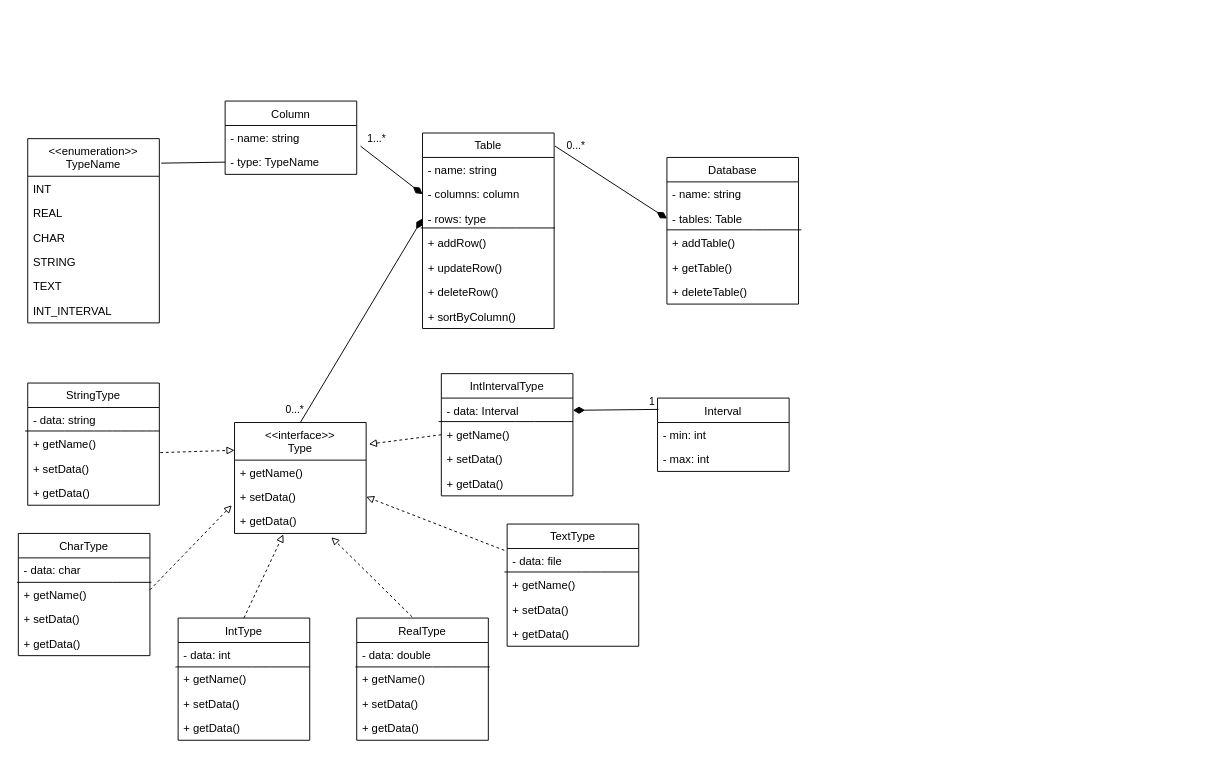
rezikun/DB keeps this draw.io diagram as Umls/ClassesDiagram.drawio. Above is the earlier version. Source tidied: cells renumbered, new cells numbered last; positions are measured from the earlier drawing's top-left corner, leaving out a move shared by most shapes. Both pictures are drawn from the tidied source at 94%, with x=0, y=0 at pixel (17, 101).
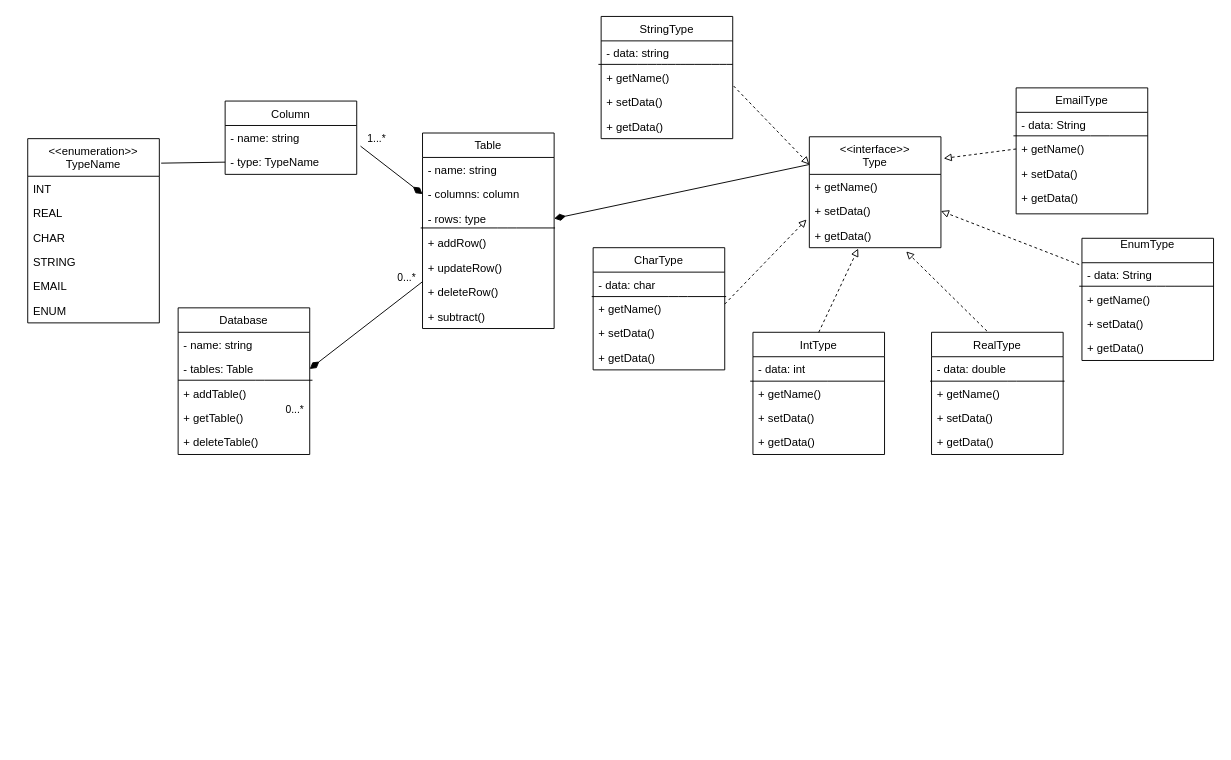
Above is the later version.

Unchanged cells that the change refers to:
```xml
<mxCell id="29" value="+ getData()" style="text;strokeColor=none;fillColor=none;align=left;verticalAlign=top;spacingLeft=4;spacingRight=4;overflow=hidden;points=[[0,0.5],[1,0.5]];portConstraint=eastwest;" parent="26" vertex="1">
  <mxGeometry y="92" width="140" height="26" as="geometry" />
</mxCell>
<mxCell id="59" value="&lt;&lt;enumeration&gt;&gt;&#10;TypeName" style="swimlane;fontStyle=0;horizontal=1;startSize=40;fillColor=none;" parent="1" vertex="1">
  <mxGeometry x="11" y="40" width="140" height="196" as="geometry" />
</mxCell>
<mxCell id="66" value="Table" style="swimlane;fontStyle=0;horizontal=1;startSize=26;fillColor=none;" parent="1" vertex="1">
  <mxGeometry x="431" y="34" width="140" height="208" as="geometry" />
</mxCell>
<mxCell id="69" value="- rows: type" style="text;strokeColor=none;fillColor=none;align=left;verticalAlign=top;spacingLeft=4;spacingRight=4;overflow=hidden;points=[[0,0.5],[1,0.5]];portConstraint=eastwest;" parent="66" vertex="1">
  <mxGeometry y="78" width="140" height="26" as="geometry" />
</mxCell>
<mxCell id="79" value="- tables: Table" style="text;strokeColor=none;fillColor=none;align=left;verticalAlign=top;spacingLeft=4;spacingRight=4;overflow=hidden;points=[[0,0.5],[1,0.5]];portConstraint=eastwest;" parent="77" vertex="1">
  <mxGeometry y="52" width="140" height="26" as="geometry" />
</mxCell>
```

Change to the diagram source:
```diff
@@
     <mxCell id="2" value="RealType" style="swimlane;fontStyle=0;horizontal=1;startSize=26;fillColor=none;" parent="1" vertex="1">
-      <mxGeometry x="361" y="550" width="140" height="130" as="geometry" />
+      <mxGeometry x="972.5" y="246" width="140" height="130" as="geometry" />
     </mxCell>
@@
     <mxCell id="8" value="IntType" style="swimlane;fontStyle=0;horizontal=1;startSize=26;fillColor=none;" parent="1" vertex="1">
-      <mxGeometry x="171" y="550" width="140" height="130" as="geometry" />
+      <mxGeometry x="782.5" y="246" width="140" height="130" as="geometry" />
     </mxCell>
@@
     <mxCell id="14" value="CharType" style="swimlane;fontStyle=0;horizontal=1;startSize=26;fillColor=none;" parent="1" vertex="1">
-      <mxGeometry x="1" y="460" width="140" height="130" as="geometry" />
+      <mxGeometry x="612.5" y="156" width="140" height="130" as="geometry" />
     </mxCell>
@@
     <mxCell id="20" value="StringType" style="swimlane;fontStyle=0;horizontal=1;startSize=26;fillColor=none;" parent="1" vertex="1">
-      <mxGeometry x="11" y="300" width="140" height="130" as="geometry" />
+      <mxGeometry x="621" y="-90" width="140" height="130" as="geometry" />
     </mxCell>
@@
     <mxCell id="26" value="&lt;&lt;interface&gt;&gt;&#10;Type" style="swimlane;fontStyle=0;horizontal=1;startSize=40;fillColor=none;" parent="1" vertex="1">
-      <mxGeometry x="231" y="342" width="140" height="118" as="geometry" />
+      <mxGeometry x="842.5" y="38" width="140" height="118" as="geometry" />
     </mxCell>
@@
     <mxCell id="30" style="endArrow=block;html=1;entryX=-0.021;entryY=-0.154;entryDx=0;entryDy=0;entryPerimeter=0;endFill=0;dashed=1;" parent="1" edge="1" target="29">
       <mxGeometry relative="1" as="geometry">
-        <mxPoint x="141" y="520" as="sourcePoint" />
+        <mxPoint x="752.5" y="216" as="sourcePoint" />
       </mxGeometry>
     </mxCell>
@@
-    <mxCell id="36" value="IntIntervalType" style="swimlane;fontStyle=0;horizontal=1;startSize=26;fillColor=none;" parent="1" vertex="1">
-      <mxGeometry x="451" y="290" width="140" height="130" as="geometry" />
+    <mxCell id="36" value="EmailType" style="swimlane;fontStyle=0;horizontal=1;startSize=26;fillColor=none;" parent="1" vertex="1">
+      <mxGeometry x="1062.5" y="-14" width="140" height="134" as="geometry" />
     </mxCell>
-    <mxCell id="37" value="- data: Interval" style="text;strokeColor=none;fillColor=none;align=left;verticalAlign=top;spacingLeft=4;spacingRight=4;overflow=hidden;points=[[0,0.5],[1,0.5]];portConstraint=eastwest;" parent="36" vertex="1">
+    <mxCell id="37" value="- data: String" style="text;strokeColor=none;fillColor=none;align=left;verticalAlign=top;spacingLeft=4;spacingRight=4;overflow=hidden;points=[[0,0.5],[1,0.5]];portConstraint=eastwest;" parent="36" vertex="1">
       <mxGeometry y="26" width="140" height="26" as="geometry" />
     </mxCell>
@@
     <mxCell id="41" value="+ getData()" style="text;strokeColor=none;fillColor=none;align=left;verticalAlign=top;spacingLeft=4;spacingRight=4;overflow=hidden;" parent="36" vertex="1">
-      <mxGeometry y="104" width="140" height="26" as="geometry" />
+      <mxGeometry y="104" width="140" height="30" as="geometry" />
     </mxCell>
@@
-    <mxCell id="45" style="endArrow=none;html=1;entryX=0.5;entryY=0;entryDx=0;entryDy=0;exitX=0;exitY=0.5;exitDx=0;exitDy=0;endFill=0;startArrow=diamondThin;startFill=1;strokeWidth=1;endSize=7;startSize=10;" parent="1" edge="1" source="69" target="26">
+    <mxCell id="45" style="endArrow=none;html=1;entryX=0;entryY=0.25;entryDx=0;entryDy=0;exitX=1;exitY=0.5;exitDx=0;exitDy=0;endFill=0;startArrow=diamondThin;startFill=1;strokeWidth=1;endSize=7;startSize=10;" parent="1" edge="1" source="69" target="26">
       <mxGeometry relative="1" as="geometry" />
     </mxCell>
-    <mxCell id="46" value="TextType" style="swimlane;fontStyle=0;horizontal=1;startSize=26;fillColor=none;" parent="1" vertex="1">
-      <mxGeometry x="521" y="450" width="140" height="130" as="geometry" />
+    <mxCell id="46" value="EnumType&#10;" style="swimlane;fontStyle=0;horizontal=1;startSize=26;fillColor=none;" parent="1" vertex="1">
+      <mxGeometry x="1132.5" y="146" width="140" height="130" as="geometry" />
     </mxCell>
-    <mxCell id="47" value="- data: file " style="text;strokeColor=none;fillColor=none;align=left;verticalAlign=top;spacingLeft=4;spacingRight=4;overflow=hidden;points=[[0,0.5],[1,0.5]];portConstraint=eastwest;" parent="46" vertex="1">
+    <mxCell id="47" value="- data: String" style="text;strokeColor=none;fillColor=none;align=left;verticalAlign=top;spacingLeft=4;spacingRight=4;overflow=hidden;points=[[0,0.5],[1,0.5]];portConstraint=eastwest;" parent="46" vertex="1">
       <mxGeometry y="26" width="140" height="26" as="geometry" />
     </mxCell>
@@
-    <mxCell id="52" value="Interval" style="swimlane;fontStyle=0;horizontal=1;startSize=26;fillColor=none;" parent="1" vertex="1">
-      <mxGeometry x="681" y="316" width="140" height="78" as="geometry" />
-    </mxCell>
-    <mxCell id="53" value="- min: int" style="text;strokeColor=none;fillColor=none;align=left;verticalAlign=top;spacingLeft=4;spacingRight=4;overflow=hidden;" parent="52" vertex="1">
-      <mxGeometry y="26" width="140" height="26" as="geometry" />
-    </mxCell>
-    <mxCell id="54" value="- max: int" style="text;strokeColor=none;fillColor=none;align=left;verticalAlign=top;spacingLeft=4;spacingRight=4;overflow=hidden;" parent="52" vertex="1">
-      <mxGeometry y="52" width="140" height="26" as="geometry" />
-    </mxCell>
-    <mxCell id="55" style="endArrow=none;html=1;entryX=0.007;entryY=0.154;entryDx=0;entryDy=0;exitX=1;exitY=0.5;exitDx=0;exitDy=0;endFill=0;startArrow=diamondThin;startFill=1;strokeWidth=1;endSize=7;startSize=10;entryPerimeter=0;" parent="1" edge="1" source="37" target="52">
-      <mxGeometry relative="1" as="geometry" />
-    </mxCell>
@@
-    <mxCell id="64" value="TEXT" style="text;strokeColor=none;fillColor=none;align=left;verticalAlign=top;spacingLeft=4;spacingRight=4;overflow=hidden;" parent="59" vertex="1">
+    <mxCell id="64" value="EMAIL" style="text;strokeColor=none;fillColor=none;align=left;verticalAlign=top;spacingLeft=4;spacingRight=4;overflow=hidden;" parent="59" vertex="1">
       <mxGeometry y="144" width="140" height="26" as="geometry" />
     </mxCell>
-    <mxCell id="65" value="INT_INTERVAL" style="text;strokeColor=none;fillColor=none;align=left;verticalAlign=top;spacingLeft=4;spacingRight=4;overflow=hidden;" parent="59" vertex="1">
+    <mxCell id="65" value="ENUM" style="text;strokeColor=none;fillColor=none;align=left;verticalAlign=top;spacingLeft=4;spacingRight=4;overflow=hidden;" parent="59" vertex="1">
       <mxGeometry y="170" width="140" height="26" as="geometry" />
     </mxCell>
@@
-    <mxCell id="73" value="+ sortByColumn()" style="text;strokeColor=none;fillColor=none;align=left;verticalAlign=top;spacingLeft=4;spacingRight=4;overflow=hidden;" parent="66" vertex="1">
+    <mxCell id="73" value="+ subtract()" style="text;strokeColor=none;fillColor=none;align=left;verticalAlign=top;spacingLeft=4;spacingRight=4;overflow=hidden;" parent="66" vertex="1">
       <mxGeometry y="182" width="140" height="26" as="geometry" />
     </mxCell>
@@
-    <mxCell id="76" value="1" style="edgeLabel;html=1;align=center;verticalAlign=middle;" parent="1" vertex="1">
-      <mxGeometry x="441" y="138" as="geometry">
-        <mxPoint x="233" y="181" as="offset" />
-      </mxGeometry>
-    </mxCell>
     <mxCell id="77" value="Database" style="swimlane;fontStyle=0;horizontal=1;startSize=26;fillColor=none;" parent="1" vertex="1">
-      <mxGeometry x="691" y="60" width="140" height="156" as="geometry" />
+      <mxGeometry x="171" y="220" width="140" height="156" as="geometry" />
     </mxCell>
@@
-    <mxCell id="84" style="endArrow=none;html=1;exitX=0;exitY=0.5;exitDx=0;exitDy=0;endFill=0;startArrow=diamondThin;startFill=1;strokeWidth=1;endSize=7;startSize=10;entryX=1.007;entryY=0.067;entryDx=0;entryDy=0;entryPerimeter=0;" parent="1" edge="1" source="79" target="66">
+    <mxCell id="84" style="endArrow=none;html=1;endFill=0;startArrow=diamondThin;startFill=1;strokeWidth=1;endSize=7;startSize=10;exitX=1;exitY=0.5;exitDx=0;exitDy=0;" parent="1" edge="1" source="79" target="66">
       <mxGeometry relative="1" as="geometry" />
     </mxCell>
     <mxCell id="85" value="0...*" style="edgeLabel;html=1;align=center;verticalAlign=middle;" parent="1" vertex="1">
-      <mxGeometry x="411" y="60" as="geometry">
+      <mxGeometry x="231" y="200" as="geometry">
         <mxPoint x="182" y="-13" as="offset" />
       </mxGeometry>
     </mxCell>
```
